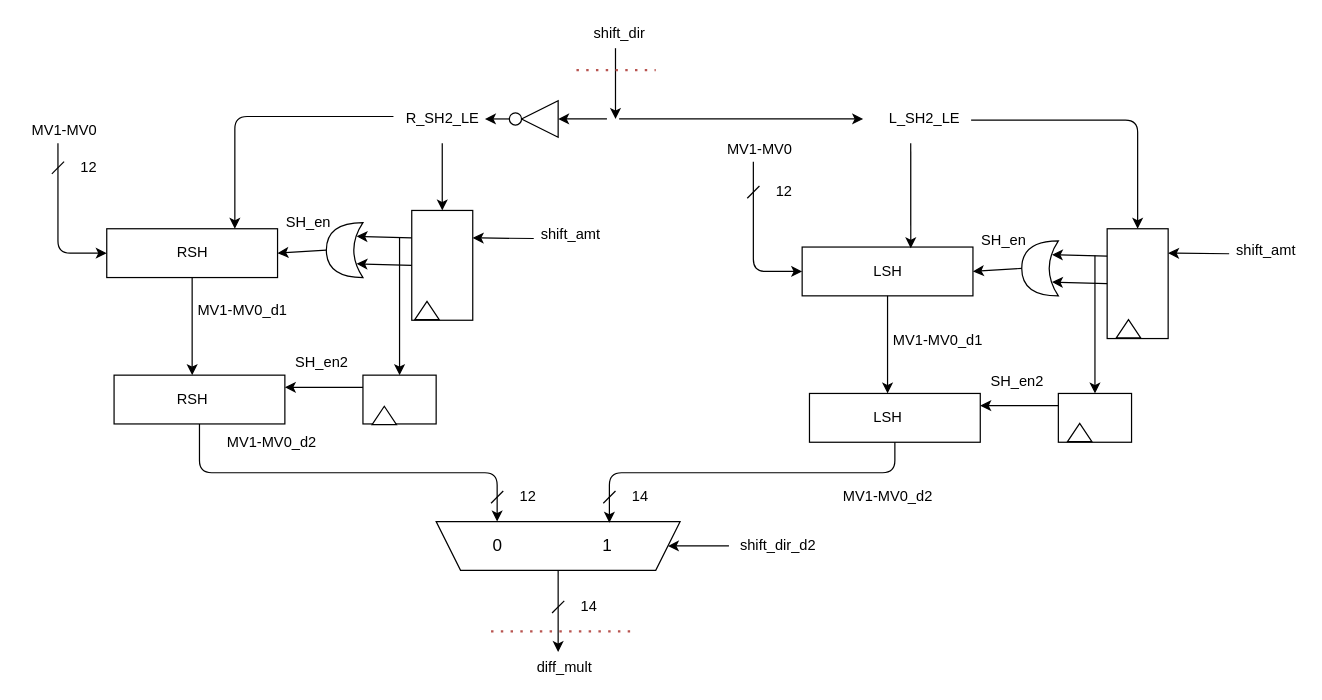
Earlier version of the draw.io diagram page "LR_SH2" (4 of 9) of AME-block_diagram.drawio (CostantinoTaranto/AME_Block-Diagram). Source tidied: cells renumbered, new cells numbered last; positions are measured from the earlier drawing's top-left corner, leaving out a move shared by most shapes. Both pictures are drawn from the tidied source at 122%, with x=0, y=0 at pixel (21, 21).
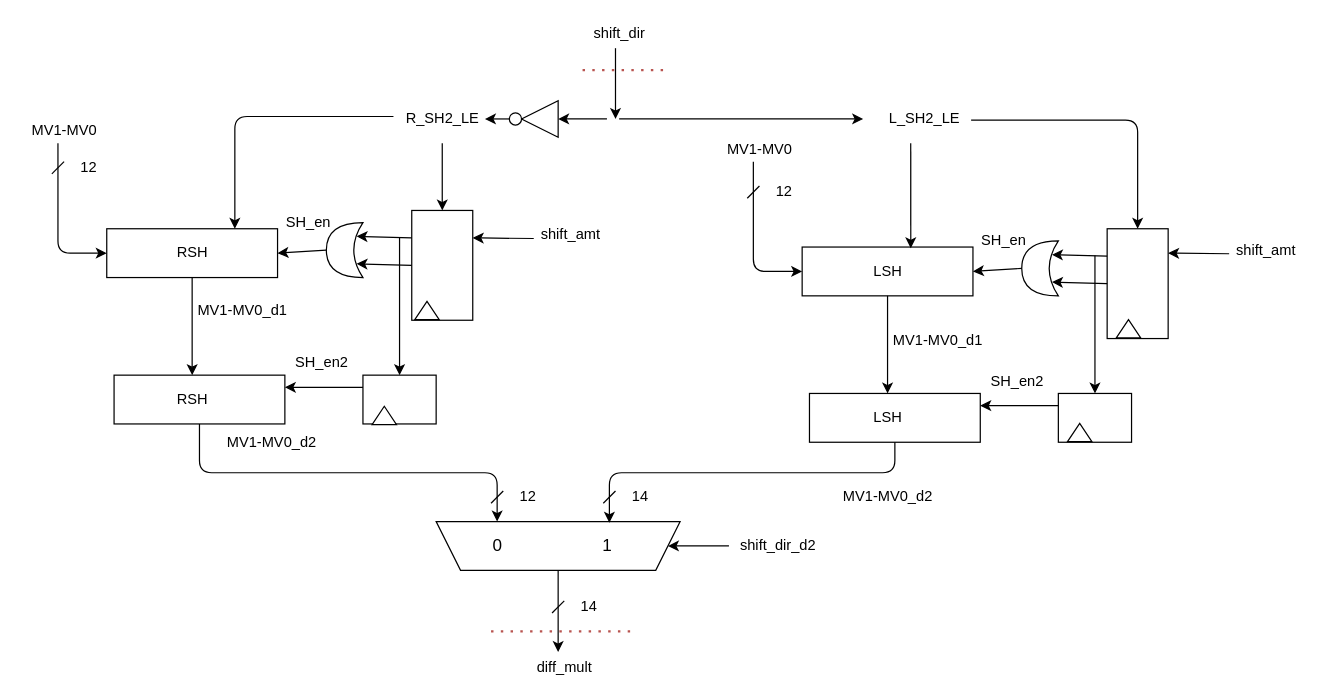
Above is the later version.

The edit, as a diff of the source:
```diff
@@
-    <mxCell id="76" style="endArrow=none;dashed=1;html=1;dashPattern=1 3;strokeWidth=2;fillColor=#f8cecc;strokeColor=#b85450;" parent="1" edge="1">
-      <mxGeometry relative="1" as="geometry">
-        <mxPoint x="455" y="40" as="sourcePoint" />
-        <mxPoint x="520" y="40" as="targetPoint" />
-      </mxGeometry>
-    </mxCell>
@@
+    <mxCell id="82" style="endArrow=none;dashed=1;html=1;dashPattern=1 3;strokeWidth=2;fillColor=#f8cecc;strokeColor=#b85450;" parent="1" edge="1">
+      <mxGeometry relative="1" as="geometry">
+        <mxPoint x="460" y="40" as="sourcePoint" />
+        <mxPoint x="530" y="40" as="targetPoint" />
+      </mxGeometry>
+    </mxCell>
```
